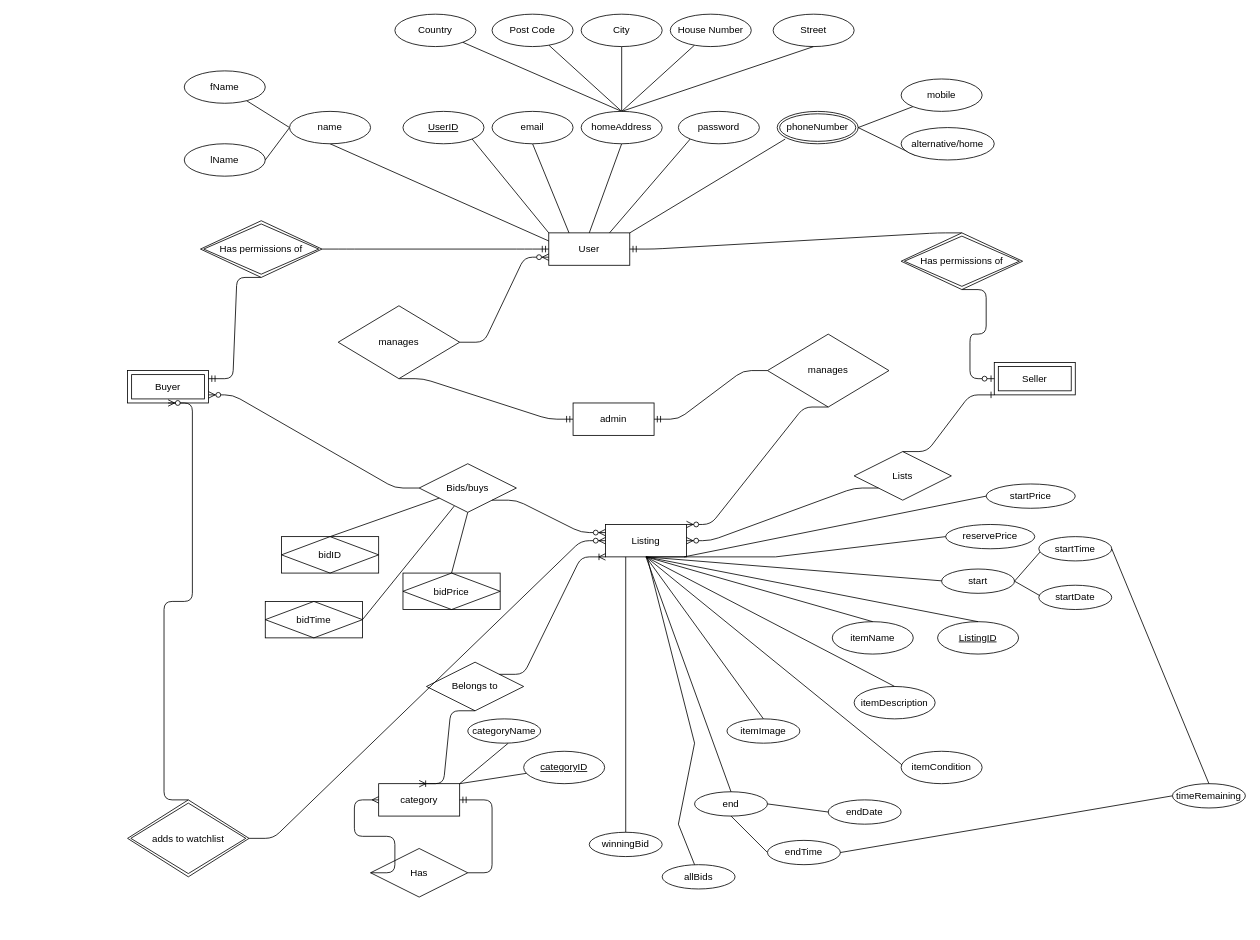
Above: working_ERD.drawio in rwshaw/Auction-Website (draw.io), before the change. Source tidied: cells renumbered, new cells numbered last; positions are measured from the earlier drawing's top-left corner, leaving out a move shared by most shapes. Both pictures are drawn from the tidied source at 81%, with x=0, y=0 at pixel (127, 14).
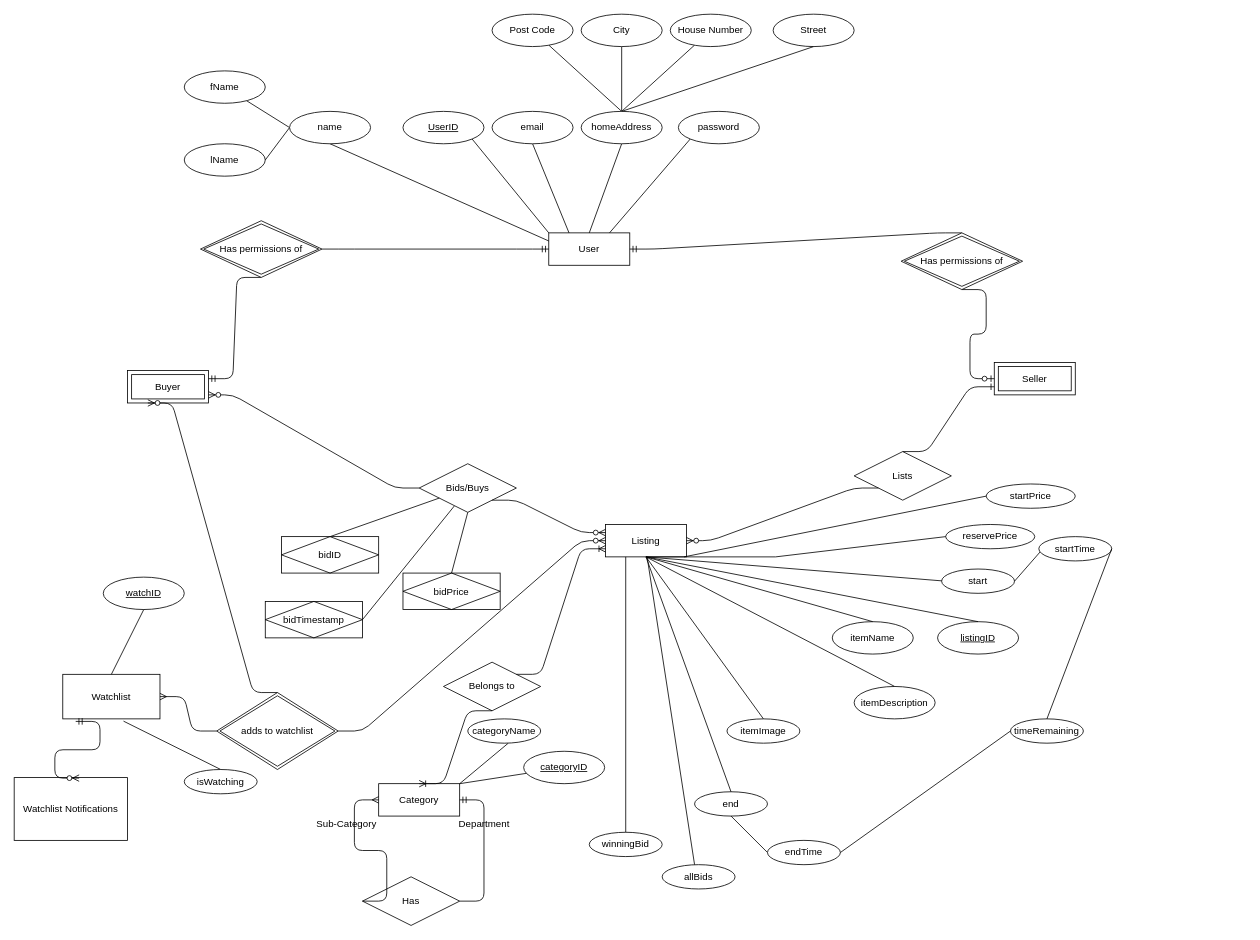
Above is the later version.

The change refers to these unchanged cells:
```xml
<mxCell id="2" value="User" style="whiteSpace=wrap;html=1;align=center;" parent="1" vertex="1">
  <mxGeometry x="520" y="270" width="100" height="40" as="geometry" />
</mxCell>
<mxCell id="3" value="Seller" style="shape=ext;margin=3;double=1;whiteSpace=wrap;html=1;align=center;" parent="1" vertex="1">
  <mxGeometry x="1070" y="430" width="100" height="40" as="geometry" />
</mxCell>
<mxCell id="4" value="Buyer" style="shape=ext;margin=3;double=1;whiteSpace=wrap;html=1;align=center;" parent="1" vertex="1">
  <mxGeometry y="440" width="100" height="40" as="geometry" />
</mxCell>
<mxCell id="8" value="Lists" style="shape=rhombus;perimeter=rhombusPerimeter;whiteSpace=wrap;html=1;align=center;" parent="1" vertex="1">
  <mxGeometry x="897" y="540" width="120" height="60" as="geometry" />
</mxCell>
<mxCell id="9" value="Listing" style="whiteSpace=wrap;html=1;align=center;" parent="1" vertex="1">
  <mxGeometry x="590" y="630" width="100" height="40" as="geometry" />
</mxCell>
<mxCell id="24" value="end" style="ellipse;whiteSpace=wrap;html=1;align=center;" parent="1" vertex="1">
  <mxGeometry x="700" y="960" width="90" height="30" as="geometry" />
</mxCell>
<mxCell id="42" value="start" style="ellipse;whiteSpace=wrap;html=1;align=center;" parent="1" vertex="1">
  <mxGeometry x="1005" y="685" width="90" height="30" as="geometry" />
</mxCell>
```

What changed in the source:
```diff
@@
-    <mxCell id="12" value="ListingID" style="ellipse;whiteSpace=wrap;html=1;align=center;fontStyle=4;" parent="1" vertex="1">
+    <mxCell id="12" value="listingID" style="ellipse;whiteSpace=wrap;html=1;align=center;fontStyle=4;" parent="1" vertex="1">
       <mxGeometry x="1000" y="750" width="100" height="40" as="geometry" />
     </mxCell>
@@
-    <mxCell id="14" style="edgeStyle=entityRelationEdgeStyle;fontSize=12;html=1;endArrow=ERone;endFill=1;entryX=0;entryY=1;entryDx=0;entryDy=0;exitX=0.5;exitY=0;exitDx=0;exitDy=0;" parent="1" edge="1" source="8" target="3">
+    <mxCell id="14" style="edgeStyle=entityRelationEdgeStyle;fontSize=12;html=1;endArrow=ERone;endFill=1;entryX=0;entryY=0.75;entryDx=0;entryDy=0;exitX=0.5;exitY=0;exitDx=0;exitDy=0;" parent="1" edge="1" source="8" target="3">
       <mxGeometry relative="1" as="geometry" />
     </mxCell>
@@
-    <mxCell id="19" value="Bids/buys" style="shape=rhombus;perimeter=rhombusPerimeter;whiteSpace=wrap;html=1;align=center;" parent="1" vertex="1">
+    <mxCell id="19" value="Bids/Buys" style="shape=rhombus;perimeter=rhombusPerimeter;whiteSpace=wrap;html=1;align=center;" parent="1" vertex="1">
       <mxGeometry x="360" y="555" width="120" height="60" as="geometry" />
     </mxCell>
@@
     <mxCell id="26" value="Belongs to" style="shape=rhombus;perimeter=rhombusPerimeter;whiteSpace=wrap;html=1;align=center;" parent="1" vertex="1">
-      <mxGeometry x="369" y="800" width="120" height="60" as="geometry" />
+      <mxGeometry x="390" y="800" width="120" height="60" as="geometry" />
     </mxCell>
-    <mxCell id="27" value="category" style="whiteSpace=wrap;html=1;align=center;" parent="1" vertex="1">
+    <mxCell id="27" value="Category" style="whiteSpace=wrap;html=1;align=center;" parent="1" vertex="1">
       <mxGeometry x="310" y="950" width="100" height="40" as="geometry" />
     </mxCell>
@@
-    <mxCell id="36" style="edgeStyle=none;rounded=0;jettySize=auto;html=1;exitX=0;exitY=1;exitDx=0;exitDy=0;entryX=1;entryY=0;entryDx=0;entryDy=0;endArrow=none;endFill=0;" parent="1" edge="1" target="2">
-      <mxGeometry relative="1" as="geometry">
-        <mxPoint x="811.9" y="154.2" as="sourcePoint" />
-      </mxGeometry>
-    </mxCell>
@@
-    <mxCell id="50" style="edgeStyle=none;rounded=0;jettySize=auto;html=1;exitX=0.5;exitY=0;exitDx=0;exitDy=0;endArrow=none;endFill=0;" parent="1" edge="1" target="51">
-      <mxGeometry relative="1" as="geometry">
-        <mxPoint x="610" y="120" as="sourcePoint" />
-      </mxGeometry>
-    </mxCell>
-    <mxCell id="51" value="Country" style="ellipse;whiteSpace=wrap;html=1;align=center;" parent="1" vertex="1">
-      <mxGeometry x="330" width="100" height="40" as="geometry" />
-    </mxCell>
-    <mxCell id="52" value="phoneNumber" style="ellipse;shape=doubleEllipse;margin=3;whiteSpace=wrap;html=1;align=center;" parent="1" vertex="1">
-      <mxGeometry x="802" y="120" width="100" height="40" as="geometry" />
-    </mxCell>
@@
-    <mxCell id="60" style="edgeStyle=none;rounded=0;jettySize=auto;html=1;exitX=0;exitY=1;exitDx=0;exitDy=0;entryX=1;entryY=0.5;entryDx=0;entryDy=0;endArrow=none;endFill=0;" parent="1" edge="1" source="61" target="52">
-      <mxGeometry relative="1" as="geometry" />
-    </mxCell>
-    <mxCell id="61" value="mobile" style="ellipse;whiteSpace=wrap;html=1;align=center;" parent="1" vertex="1">
-      <mxGeometry x="955" y="80" width="100" height="40" as="geometry" />
-    </mxCell>
-    <mxCell id="62" style="edgeStyle=none;rounded=0;jettySize=auto;html=1;exitX=0;exitY=1;exitDx=0;exitDy=0;entryX=1;entryY=0.5;entryDx=0;entryDy=0;endArrow=none;endFill=0;" parent="1" edge="1" source="63" target="52">
-      <mxGeometry relative="1" as="geometry" />
-    </mxCell>
-    <mxCell id="63" value="alternative/home" style="ellipse;whiteSpace=wrap;html=1;align=center;" parent="1" vertex="1">
-      <mxGeometry x="955" y="140" width="115" height="40" as="geometry" />
-    </mxCell>
-    <mxCell id="64" style="edgeStyle=entityRelationEdgeStyle;fontSize=12;html=1;endArrow=ERmandOne;exitX=0.5;exitY=1;exitDx=0;exitDy=0;entryX=0;entryY=0.5;entryDx=0;entryDy=0;" parent="1" edge="1" source="65" target="83">
-      <mxGeometry relative="1" as="geometry" />
-    </mxCell>
-    <mxCell id="65" value="manages" style="shape=rhombus;perimeter=rhombusPerimeter;whiteSpace=wrap;html=1;align=center;" parent="1" vertex="1">
-      <mxGeometry x="260" y="360" width="150" height="90" as="geometry" />
-    </mxCell>
-    <mxCell id="66" value="manages" style="shape=rhombus;perimeter=rhombusPerimeter;whiteSpace=wrap;html=1;align=center;" parent="1" vertex="1">
-      <mxGeometry x="790" y="395" width="150" height="90" as="geometry" />
-    </mxCell>
@@
-    <mxCell id="72" style="endArrow=none;html=1;rounded=0;entryX=1;entryY=0.5;entryDx=0;entryDy=0;" parent="1" edge="1" target="42">
-      <mxGeometry relative="1" as="geometry">
-        <mxPoint x="1130" y="720" as="sourcePoint" />
-      </mxGeometry>
-    </mxCell>
-    <mxCell id="73" value="startDate" style="ellipse;whiteSpace=wrap;html=1;align=center;" parent="1" vertex="1">
-      <mxGeometry x="1125" y="705" width="90" height="30" as="geometry" />
-    </mxCell>
@@
-    <mxCell id="76" style="endArrow=none;html=1;rounded=0;entryX=1;entryY=0.5;entryDx=0;entryDy=0;exitX=0;exitY=0.5;exitDx=0;exitDy=0;" parent="1" edge="1" source="77" target="24">
-      <mxGeometry relative="1" as="geometry" />
-    </mxCell>
-    <mxCell id="77" value="endDate" style="ellipse;whiteSpace=wrap;html=1;align=center;" parent="1" vertex="1">
-      <mxGeometry x="865" y="970" width="90" height="30" as="geometry" />
-    </mxCell>
@@
-    <mxCell id="79" value="bidTime" style="shape=associativeEntity;whiteSpace=wrap;html=1;align=center;" parent="1" vertex="1">
+    <mxCell id="79" value="bidTimestamp" style="shape=associativeEntity;whiteSpace=wrap;html=1;align=center;" parent="1" vertex="1">
       <mxGeometry x="170" y="725" width="120" height="45" as="geometry" />
     </mxCell>
@@
-    <mxCell id="81" style="endArrow=none;html=1;rounded=0;" parent="1" edge="1">
-      <mxGeometry relative="1" as="geometry">
-        <mxPoint x="960" y="930" as="sourcePoint" />
-        <mxPoint x="640" y="670" as="targetPoint" />
-      </mxGeometry>
-    </mxCell>
-    <mxCell id="82" value="itemCondition" style="ellipse;whiteSpace=wrap;html=1;align=center;" parent="1" vertex="1">
-      <mxGeometry x="955" y="910" width="100" height="40" as="geometry" />
-    </mxCell>
-    <mxCell id="83" value="admin" style="whiteSpace=wrap;html=1;align=center;" parent="1" vertex="1">
-      <mxGeometry x="550" y="480" width="100" height="40" as="geometry" />
-    </mxCell>
-    <mxCell id="84" style="edgeStyle=entityRelationEdgeStyle;fontSize=12;html=1;endArrow=ERzeroToMany;endFill=1;entryX=1;entryY=0;entryDx=0;entryDy=0;exitX=0.5;exitY=1;exitDx=0;exitDy=0;" parent="1" edge="1" source="66" target="9">
-      <mxGeometry relative="1" as="geometry" />
-    </mxCell>
-    <mxCell id="85" style="edgeStyle=entityRelationEdgeStyle;fontSize=12;html=1;endArrow=ERmandOne;entryX=1;entryY=0.5;entryDx=0;entryDy=0;exitX=0;exitY=0.5;exitDx=0;exitDy=0;" parent="1" edge="1" source="66" target="83">
-      <mxGeometry relative="1" as="geometry" />
-    </mxCell>
-    <mxCell id="86" style="edgeStyle=entityRelationEdgeStyle;fontSize=12;html=1;endArrow=ERzeroToMany;endFill=1;entryX=0;entryY=0.75;entryDx=0;entryDy=0;exitX=1;exitY=0.5;exitDx=0;exitDy=0;" parent="1" edge="1" source="65" target="2">
-      <mxGeometry relative="1" as="geometry" />
-    </mxCell>
@@
-    <mxCell id="89" style="edgeStyle=entityRelationEdgeStyle;fontSize=12;html=1;endArrow=ERoneToMany;entryX=0;entryY=1;entryDx=0;entryDy=0;exitX=1;exitY=0;exitDx=0;exitDy=0;" parent="1" edge="1" source="26" target="9">
+    <mxCell id="89" style="edgeStyle=entityRelationEdgeStyle;fontSize=12;html=1;endArrow=ERoneToMany;entryX=0;entryY=0.75;entryDx=0;entryDy=0;exitX=1;exitY=0;exitDx=0;exitDy=0;" parent="1" edge="1" source="26" target="9">
       <mxGeometry relative="1" as="geometry" />
     </mxCell>
     <mxCell id="90" value="Has" style="shape=rhombus;perimeter=rhombusPerimeter;whiteSpace=wrap;html=1;align=center;" parent="1" vertex="1">
-      <mxGeometry x="300" y="1030" width="120" height="60" as="geometry" />
+      <mxGeometry x="290" y="1065" width="120" height="60" as="geometry" />
     </mxCell>
@@
     <mxCell id="93" value="timeRemaining" style="ellipse;whiteSpace=wrap;html=1;align=center;" parent="1" vertex="1">
-      <mxGeometry x="1290" y="950" width="90" height="30" as="geometry" />
+      <mxGeometry x="1090" y="870" width="90" height="30" as="geometry" />
     </mxCell>
@@
     <mxCell id="95" style="endArrow=none;html=1;rounded=0;entryX=0.25;entryY=1;entryDx=0;entryDy=0;" parent="1" edge="1">
       <mxGeometry relative="1" as="geometry">
         <mxPoint x="700" y="1050" as="sourcePoint" />
         <mxPoint x="641.4" y="670" as="targetPoint" />
-        <Array as="points">
-          <mxPoint x="680" y="1000" />
-          <mxPoint x="700" y="900" />
-        </Array>
       </mxGeometry>
     </mxCell>
@@
-    <mxCell id="98" style="edgeStyle=entityRelationEdgeStyle;fontSize=12;html=1;endArrow=ERmandOne;entryX=1;entryY=0.5;entryDx=0;entryDy=0;" parent="1" edge="1" target="27">
-      <mxGeometry relative="1" as="geometry">
-        <mxPoint x="420" y="1060" as="sourcePoint" />
-      </mxGeometry>
+    <mxCell id="98" style="edgeStyle=entityRelationEdgeStyle;fontSize=12;html=1;endArrow=ERmandOne;entryX=1;entryY=0.5;entryDx=0;entryDy=0;exitX=1;exitY=0.5;exitDx=0;exitDy=0;" parent="1" edge="1" source="90" target="27">
+      <mxGeometry relative="1" as="geometry" />
     </mxCell>
-    <mxCell id="99" style="edgeStyle=entityRelationEdgeStyle;fontSize=12;html=1;endArrow=ERmany;exitX=0;exitY=0.5;exitDx=0;exitDy=0;entryX=0;entryY=0.5;entryDx=0;entryDy=0;" parent="1" edge="1" source="90" target="27">
+    <mxCell id="99" style="edgeStyle=entityRelationEdgeStyle;fontSize=12;html=1;endArrow=ERmany;entryX=0;entryY=0.5;entryDx=0;entryDy=0;exitX=0;exitY=0.5;exitDx=0;exitDy=0;" parent="1" edge="1" source="90" target="27">
       <mxGeometry relative="1" as="geometry" />
     </mxCell>
@@
     <mxCell id="103" value="adds to watchlist" style="shape=rhombus;double=1;perimeter=rhombusPerimeter;whiteSpace=wrap;html=1;align=center;shadow=0;sketch=0;strokeColor=#000000;gradientColor=none;" parent="1" vertex="1">
-      <mxGeometry y="970" width="150" height="95" as="geometry" />
+      <mxGeometry x="110" y="837.5" width="150" height="95" as="geometry" />
     </mxCell>
-    <mxCell id="104" style="edgeStyle=entityRelationEdgeStyle;fontSize=12;html=1;endArrow=ERzeroToMany;endFill=1;exitX=1;exitY=0.5;exitDx=0;exitDy=0;entryX=0;entryY=0.5;entryDx=0;entryDy=0;" parent="1" edge="1" source="103" target="9">
+    <mxCell id="104" style="edgeStyle=entityRelationEdgeStyle;fontSize=12;html=1;endArrow=ERzeroToMany;endFill=1;entryX=0;entryY=0.5;entryDx=0;entryDy=0;exitX=1;exitY=0.5;exitDx=0;exitDy=0;" parent="1" edge="1" source="103" target="9">
       <mxGeometry relative="1" as="geometry" />
     </mxCell>
-    <mxCell id="105" style="fontSize=12;html=1;endArrow=ERzeroToMany;endFill=1;entryX=0.5;entryY=1;entryDx=0;entryDy=0;exitX=0.5;exitY=0;exitDx=0;exitDy=0;edgeStyle=entityRelationEdgeStyle;" parent="1" edge="1" source="103" target="4">
+    <mxCell id="105" style="fontSize=12;html=1;endArrow=ERzeroToMany;endFill=1;exitX=0.5;exitY=0;exitDx=0;exitDy=0;edgeStyle=entityRelationEdgeStyle;entryX=0.25;entryY=1;entryDx=0;entryDy=0;" parent="1" edge="1" source="103" target="4">
       <mxGeometry relative="1" as="geometry" />
     </mxCell>
@@
+    <mxCell id="108" value="Sub-Category" style="text;html=1;align=center;verticalAlign=middle;rotation=0;" parent="1" vertex="1">
+      <mxGeometry x="225" y="990" width="90" height="20" as="geometry" />
+    </mxCell>
+    <mxCell id="109" value="Department" style="text;html=1;align=center;verticalAlign=middle;" parent="1" vertex="1">
+      <mxGeometry x="400" y="990" width="80" height="20" as="geometry" />
+    </mxCell>
+    <mxCell id="110" value="Watchlist" style="whiteSpace=wrap;html=1;align=center;" parent="1" vertex="1">
+      <mxGeometry x="-80" y="815" width="120" height="55" as="geometry" />
+    </mxCell>
+    <mxCell id="111" style="edgeStyle=entityRelationEdgeStyle;fontSize=12;html=1;endArrow=ERmany;exitX=0;exitY=0.5;exitDx=0;exitDy=0;entryX=1;entryY=0.5;entryDx=0;entryDy=0;" parent="1" edge="1" source="103" target="110">
+      <mxGeometry relative="1" as="geometry" />
+    </mxCell>
+    <mxCell id="112" value="watchID" style="ellipse;whiteSpace=wrap;html=1;align=center;fontStyle=4;" parent="1" vertex="1">
+      <mxGeometry x="-30" y="695" width="100" height="40" as="geometry" />
+    </mxCell>
+    <mxCell id="113" style="endArrow=none;html=1;rounded=0;exitX=0.5;exitY=0;exitDx=0;exitDy=0;entryX=0.5;entryY=1;entryDx=0;entryDy=0;" parent="1" edge="1" source="110" target="112">
+      <mxGeometry relative="1" as="geometry" />
+    </mxCell>
+    <mxCell id="114" style="endArrow=none;html=1;rounded=0;exitX=0.625;exitY=1.051;exitDx=0;exitDy=0;exitPerimeter=0;entryX=0.5;entryY=0;entryDx=0;entryDy=0;" parent="1" edge="1" source="110" target="115">
+      <mxGeometry relative="1" as="geometry" />
+    </mxCell>
+    <mxCell id="115" value="isWatching" style="ellipse;whiteSpace=wrap;html=1;align=center;" parent="1" vertex="1">
+      <mxGeometry x="70" y="932.5" width="90" height="30" as="geometry" />
+    </mxCell>
+    <mxCell id="116" value="Watchlist Notifications" style="whiteSpace=wrap;html=1;align=center;" parent="1" vertex="1">
+      <mxGeometry x="-140" y="942.5" width="140" height="77.5" as="geometry" />
+    </mxCell>
+    <mxCell id="117" style="edgeStyle=entityRelationEdgeStyle;fontSize=12;html=1;endArrow=ERzeroToMany;startArrow=ERmandOne;exitX=0.133;exitY=1.057;exitDx=0;exitDy=0;exitPerimeter=0;entryX=0.573;entryY=0.008;entryDx=0;entryDy=0;entryPerimeter=0;" parent="1" edge="1" source="110" target="116">
+      <mxGeometry relative="1" as="geometry" />
+    </mxCell>
```
